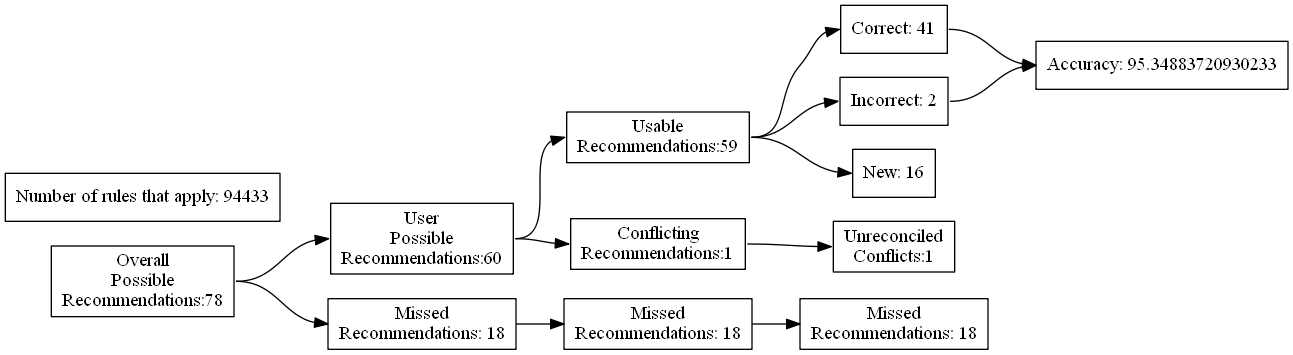
ZaxR/ibd_diet_analysis keeps this Graphviz diagram as test_renders/17.gv.png. Above is the earlier version. Its source is kept beside it as test_renders/17.gv. Source of this version:
```dot
digraph {
	graph [rankdir=LR]
	node [pos=r shape=box]
	edge [headport=w tailport=e]
		A [label="Overall
Possible
Recommendations:78"]
		B [label="User
Possible
Recommendations:60"]
		C [label="Missed
Recommendations: 18"]
		D [label="Usable
Recommendations:59"]
		E [label="Conflicting
Recommendations:1"]
		J [label="Missed
Recommendations: 18"]
		M [label="Unreconciled
Conflicts:1"]
		F [label="Correct: 41"]
		G [label="Incorrect: 2"]
		H [label="New: 16"]
		K [label="Missed
Recommendations: 18"]
		I [label="Accuracy: 95.34883720930233"]
		l [label="Number of rules that apply: 94433"]
			A -> B
			A -> C
			B -> D
			B -> E
			D -> F
			D -> G
			D -> H
			F -> I
			G -> I
			C -> J
			J -> K
			E -> M
}
```
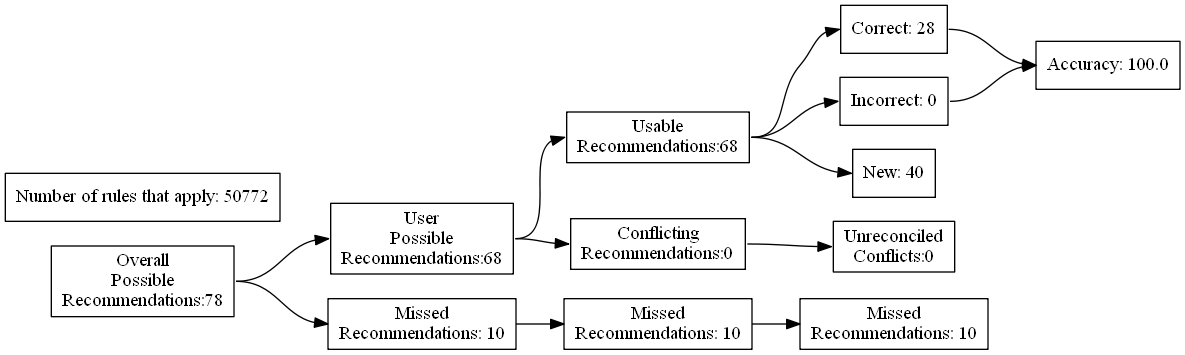
The same diagram one commit later.

What changed in the source:
```diff
@@ -7,24 +7,24 @@
 Recommendations:78"]
 		B [label="User
 Possible
-Recommendations:60"]
+Recommendations:68"]
 		C [label="Missed
-Recommendations: 18"]
+Recommendations: 10"]
 		D [label="Usable
-Recommendations:59"]
+Recommendations:68"]
 		E [label="Conflicting
-Recommendations:1"]
+Recommendations:0"]
 		J [label="Missed
-Recommendations: 18"]
+Recommendations: 10"]
 		M [label="Unreconciled
-Conflicts:1"]
-		F [label="Correct: 41"]
-		G [label="Incorrect: 2"]
-		H [label="New: 16"]
+Conflicts:0"]
+		F [label="Correct: 28"]
+		G [label="Incorrect: 0"]
+		H [label="New: 40"]
 		K [label="Missed
-Recommendations: 18"]
-		I [label="Accuracy: 95.34883720930233"]
-		l [label="Number of rules that apply: 94433"]
+Recommendations: 10"]
+		I [label="Accuracy: 100.0"]
+		l [label="Number of rules that apply: 50772"]
 			A -> B
 			A -> C
 			B -> D
```
